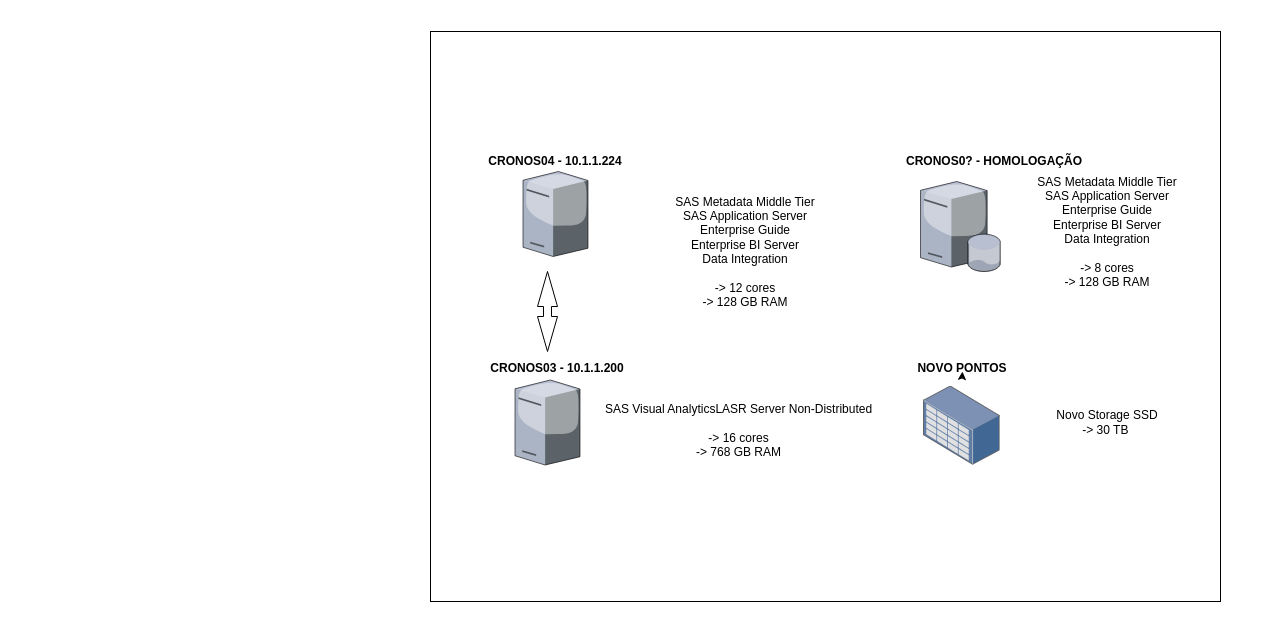
Before: Untitled Diagram.drawio in Dfralmeida/extension, a draw.io diagram. Source tidied: cells renumbered, new cells numbered last; positions are measured from the earlier drawing's top-left corner, leaving out a move shared by most shapes. Both pictures are drawn from the tidied source at 100%, with x=0, y=0 at pixel (430, 31).
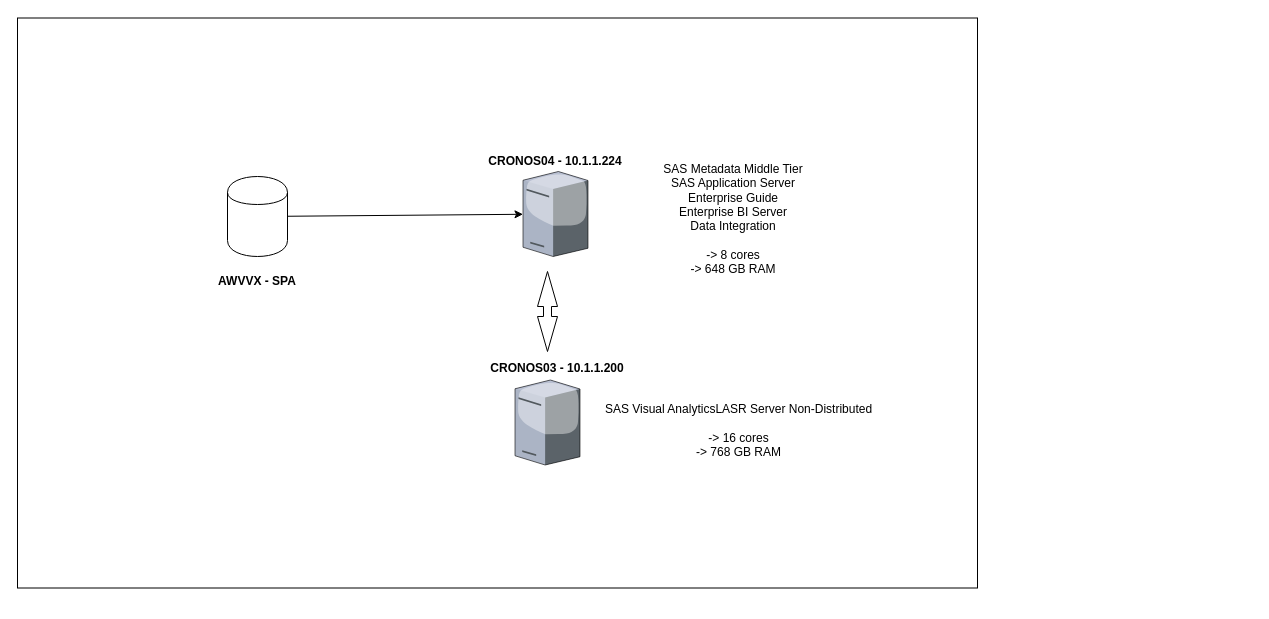
Above is the later version.

What changed in the source:
```diff
@@
 <mxGraphModel>
   <root>
     <mxCell id="0" />
     <mxCell id="1" parent="0" />
     <mxCell id="2" style="rounded=0;whiteSpace=wrap;html=1;" parent="1" vertex="1">
-      <mxGeometry width="790" height="570" as="geometry" />
+      <mxGeometry x="-413" y="-13.5" width="960" height="570" as="geometry" />
     </mxCell>
-    <mxCell id="3" style="verticalLabelPosition=bottom;html=1;verticalAlign=top;strokeColor=none;align=center;shape=mxgraph.citrix.database_server;" parent="1" vertex="1">
-      <mxGeometry x="490" y="150" width="80" height="90" as="geometry" />
-    </mxCell>
     <mxCell id="4" value="&lt;b&gt;&lt;font&gt;CRONOS04 - 10.1.1.224&lt;/font&gt;&lt;/b&gt;" style="text;html=1;strokeColor=none;fillColor=none;align=center;verticalAlign=middle;whiteSpace=wrap;rounded=0;" parent="1" vertex="1">
       <mxGeometry x="50" y="120" width="150" height="20" as="geometry" />
     </mxCell>
     <mxCell id="5" value="&lt;b&gt;&lt;font&gt;CRONOS03 - 10.1.1.200&lt;/font&gt;&lt;/b&gt;&lt;br&gt;" style="text;html=1;strokeColor=none;fillColor=none;align=center;verticalAlign=middle;whiteSpace=wrap;rounded=0;" parent="1" vertex="1">
       <mxGeometry x="47" y="327" width="160" height="20" as="geometry" />
     </mxCell>
     <mxCell id="6" value="&lt;span&gt;SAS Visual &lt;/span&gt;&lt;span&gt;Analytics&lt;/span&gt;&lt;span&gt;LASR Server Non-&lt;/span&gt;&lt;span&gt;Distributed&lt;/span&gt;&lt;br&gt;&lt;br&gt;-&amp;gt; 16 cores&lt;br&gt;-&amp;gt; 768 GB RAM&lt;br&gt;" style="text;html=1;strokeColor=none;fillColor=none;align=center;verticalAlign=middle;whiteSpace=wrap;rounded=0;" parent="1" vertex="1">
       <mxGeometry x="167" y="388" width="283" height="22" as="geometry" />
     </mxCell>
-    <mxCell id="7" value="SAS Metadata Middle Tier&lt;br&gt;SAS Application Server&lt;br&gt;Enterprise Guide&lt;br&gt;Enterprise BI Server&lt;br&gt;Data Integration&lt;br&gt;&lt;br&gt;-&amp;gt; 12 cores&lt;br&gt;-&amp;gt; 128 GB RAM&lt;br&gt;&lt;br&gt;&lt;br&gt;" style="text;html=1;strokeColor=none;fillColor=none;align=center;verticalAlign=middle;whiteSpace=wrap;rounded=0;" parent="1" vertex="1">
-      <mxGeometry x="170" y="170" width="290" height="130" as="geometry" />
+    <mxCell id="7" value="SAS Metadata Middle Tier&lt;br&gt;SAS Application Server&lt;br&gt;Enterprise Guide&lt;br&gt;Enterprise BI Server&lt;br&gt;Data Integration&lt;br&gt;&lt;br&gt;-&amp;gt; 8 cores&lt;br&gt;-&amp;gt; 648 GB RAM&lt;br&gt;&lt;br&gt;" style="text;html=1;strokeColor=none;fillColor=none;align=center;verticalAlign=middle;whiteSpace=wrap;rounded=0;" parent="1" vertex="1">
+      <mxGeometry x="157.5" y="130" width="290" height="130" as="geometry" />
     </mxCell>
     <mxCell id="8" style="html=1;shadow=0;dashed=0;align=center;verticalAlign=middle;shape=mxgraph.arrows2.twoWayArrow;dy=0.6;dx=35;direction=south;" parent="1" vertex="1">
       <mxGeometry x="107" y="240" width="20" height="80" as="geometry" />
     </mxCell>
-    <mxCell id="9" style="html=1;align=center;shadow=0;dashed=0;image;image=img/lib/allied_telesis/storage/Datacenter_Server_Storage_Unit_Large.svg;" parent="1" vertex="1">
-      <mxGeometry x="493" y="354.5" width="76.8" height="79.2" as="geometry" />
-    </mxCell>
-    <mxCell id="10" value="&lt;b&gt;&lt;font&gt;NOVO PONTOS&lt;/font&gt;&lt;/b&gt;" style="text;html=1;strokeColor=none;fillColor=none;align=center;verticalAlign=middle;whiteSpace=wrap;rounded=0;" parent="1" vertex="1">
-      <mxGeometry x="456.5" y="327" width="150" height="20" as="geometry" />
-    </mxCell>
-    <mxCell id="11" value="Novo Storage SSD&lt;br&gt;-&amp;gt; 30 TB&amp;nbsp;&lt;br&gt;" style="text;html=1;strokeColor=none;fillColor=none;align=center;verticalAlign=middle;whiteSpace=wrap;rounded=0;" parent="1" vertex="1">
-      <mxGeometry x="576.5" y="361.5" width="200" height="59" as="geometry" />
-    </mxCell>
-    <mxCell id="12" style="edgeStyle=orthogonalEdgeStyle;rounded=0;orthogonalLoop=1;jettySize=auto;html=1;exitX=0.5;exitY=1;exitDx=0;exitDy=0;entryX=0.503;entryY=0.65;entryDx=0;entryDy=0;entryPerimeter=0;" parent="1" edge="1" source="10" target="10">
-      <mxGeometry relative="1" as="geometry" />
-    </mxCell>
-    <mxCell id="13" value="&lt;b&gt;&lt;font&gt;CRONOS0? - HOMOLOGAÇÃO&lt;/font&gt;&lt;/b&gt;" style="text;html=1;strokeColor=none;fillColor=none;align=center;verticalAlign=middle;whiteSpace=wrap;rounded=0;" parent="1" vertex="1">
-      <mxGeometry x="457" y="120" width="214" height="20" as="geometry" />
-    </mxCell>
-    <mxCell id="14" value="SAS Metadata Middle Tier&lt;br&gt;SAS Application Server&lt;br&gt;Enterprise Guide&lt;br&gt;Enterprise BI Server&lt;br&gt;Data Integration&lt;br&gt;&lt;br&gt;-&amp;gt; 8 cores&lt;br&gt;-&amp;gt; 128 GB RAM&lt;br&gt;&lt;br&gt;&lt;br&gt;" style="text;html=1;strokeColor=none;fillColor=none;align=center;verticalAlign=middle;whiteSpace=wrap;rounded=0;" parent="1" vertex="1">
-      <mxGeometry x="531.5" y="150" width="290" height="130" as="geometry" />
-    </mxCell>
     <mxCell id="15" style="verticalLabelPosition=bottom;html=1;verticalAlign=top;strokeColor=none;align=center;shape=mxgraph.citrix.license_server;" parent="1" vertex="1">
       <mxGeometry x="84.5" y="348.5" width="65" height="85" as="geometry" />
     </mxCell>
     <mxCell id="16" style="verticalLabelPosition=bottom;html=1;verticalAlign=top;strokeColor=none;align=center;outlineConnect=0;shape=mxgraph.citrix.license_server;" parent="1" vertex="1">
       <mxGeometry x="92.5" y="140" width="65" height="85" as="geometry" />
     </mxCell>
+    <mxCell id="17" style="shape=cylinder;whiteSpace=wrap;html=1;boundedLbl=1;backgroundOutline=1;" parent="1" vertex="1">
+      <mxGeometry x="-203" y="145" width="60" height="80" as="geometry" />
+    </mxCell>
+    <mxCell id="18" value="&lt;b&gt;&lt;font&gt;AWVVX - SPA&lt;/font&gt;&lt;/b&gt;" style="text;html=1;strokeColor=none;fillColor=none;align=center;verticalAlign=middle;whiteSpace=wrap;rounded=0;" parent="1" vertex="1">
+      <mxGeometry x="-248" y="240" width="150" height="20" as="geometry" />
+    </mxCell>
+    <mxCell id="19" style="endArrow=classic;html=1;" parent="1" edge="1" source="17" target="16">
+      <mxGeometry relative="1" as="geometry" />
+    </mxCell>
   </root>
 </mxGraphModel>
```
